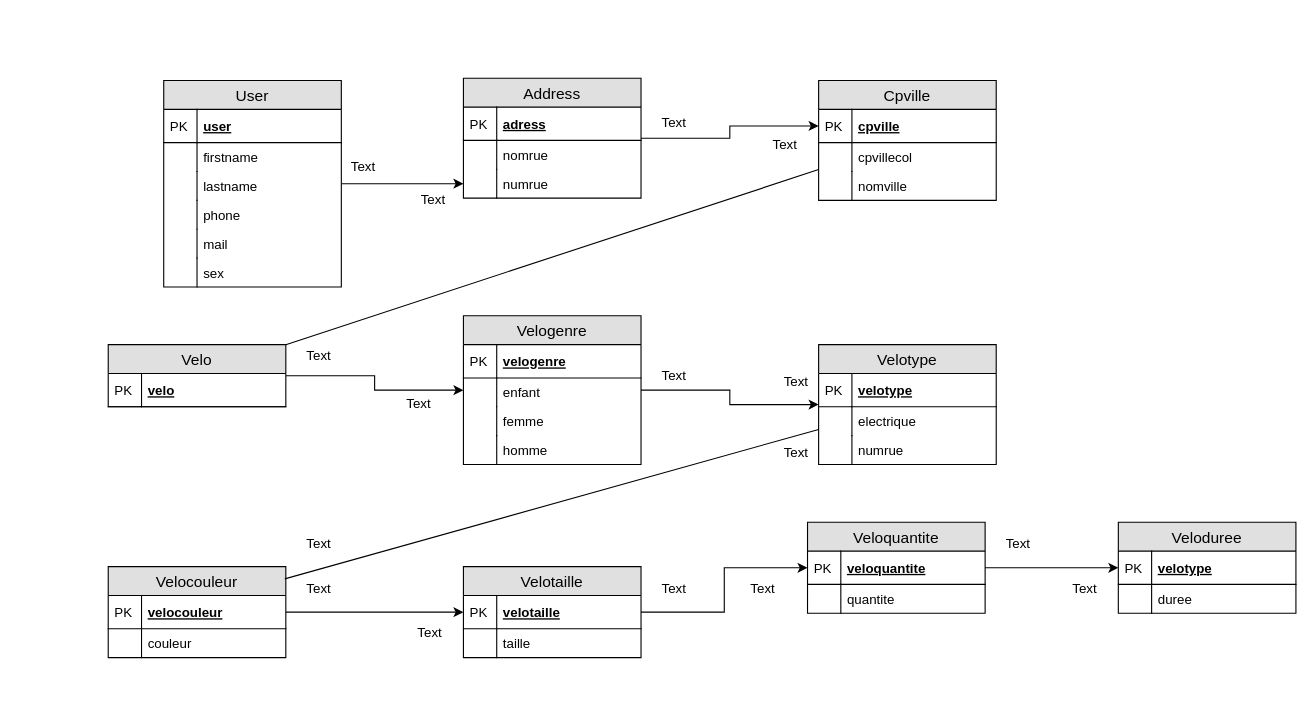
Before: MySQL/Untitled Diagram.drawio in Barrkevin/GithubKevin, a draw.io diagram. Source tidied: cells renumbered, new cells numbered last; positions are measured from the earlier drawing's top-left corner, leaving out a move shared by most shapes. Both pictures are drawn from the tidied source at 111%, with x=0, y=0 at pixel (108, 78).
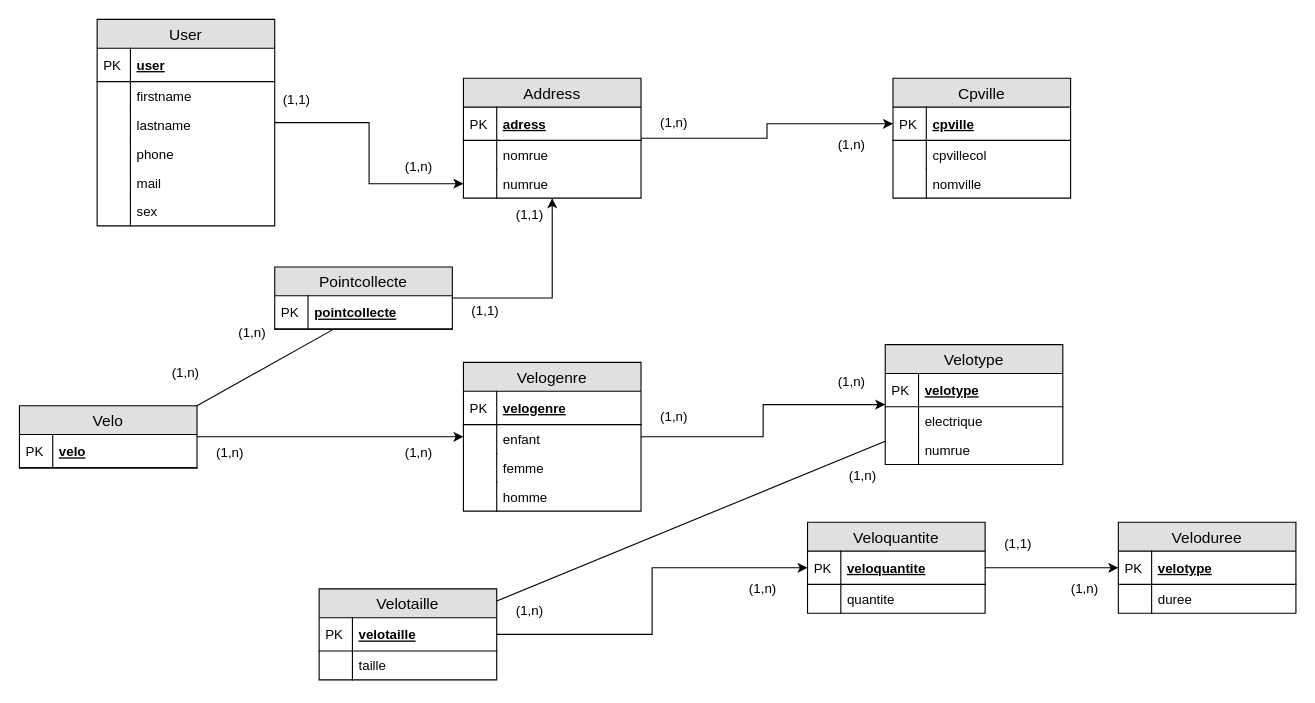
The same page after the edit.

The change refers to these unchanged cells:
```xml
<mxCell id="17" value="Address" style="swimlane;fontStyle=0;horizontal=1;startSize=26;fillColor=#e0e0e0;swimlaneFillColor=#ffffff;align=center;fontSize=14;" parent="1" vertex="1">
  <mxGeometry x="320" width="160" height="108" as="geometry" />
</mxCell>
<mxCell id="63" value="velotaille" style="shape=partialRectangle;top=0;left=0;right=0;bottom=1;align=left;verticalAlign=middle;fillColor=none;spacingLeft=34;spacingRight=4;overflow=hidden;points=[[0,0.5],[1,0.5]];portConstraint=eastwest;fontStyle=5;fontSize=12;" parent="62" vertex="1">
  <mxGeometry y="26" width="160" height="30" as="geometry" />
</mxCell>
```

Change to the diagram source:
```diff
@@
     <mxCell id="3" value="User" style="swimlane;fontStyle=0;horizontal=1;startSize=26;fillColor=#e0e0e0;swimlaneFillColor=#ffffff;align=center;fontSize=14;" parent="1" vertex="1">
-      <mxGeometry x="50" y="2" width="160" height="186" as="geometry" />
+      <mxGeometry x="-10" y="-53" width="160" height="186" as="geometry" />
     </mxCell>
@@
     <mxCell id="24" value="Cpville" style="swimlane;fontStyle=0;horizontal=1;startSize=26;fillColor=#e0e0e0;swimlaneFillColor=#ffffff;align=center;fontSize=14;" parent="1" vertex="1">
-      <mxGeometry x="640" y="2" width="160" height="108" as="geometry" />
+      <mxGeometry x="707" width="160" height="108" as="geometry" />
     </mxCell>
@@
     <mxCell id="32" value="Velo" style="swimlane;fontStyle=0;horizontal=1;startSize=26;fillColor=#e0e0e0;swimlaneFillColor=#ffffff;align=center;fontSize=14;" parent="1" vertex="1">
-      <mxGeometry y="240" width="160" height="56" as="geometry" />
+      <mxGeometry x="-80" y="295" width="160" height="56" as="geometry" />
     </mxCell>
@@
     <mxCell id="36" value="Velogenre" style="swimlane;fontStyle=0;horizontal=1;startSize=26;fillColor=#e0e0e0;swimlaneFillColor=#ffffff;align=center;fontSize=14;" parent="1" vertex="1">
-      <mxGeometry x="320" y="214" width="160" height="134" as="geometry" />
+      <mxGeometry x="320" y="256" width="160" height="134" as="geometry" />
     </mxCell>
@@
     <mxCell id="45" value="Velotype" style="swimlane;fontStyle=0;horizontal=1;startSize=26;fillColor=#e0e0e0;swimlaneFillColor=#ffffff;align=center;fontSize=14;" parent="1" vertex="1">
-      <mxGeometry x="640" y="240" width="160" height="108" as="geometry" />
+      <mxGeometry x="700" y="240" width="160" height="108" as="geometry" />
     </mxCell>
@@
     <mxCell id="62" value="Velotaille" style="swimlane;fontStyle=0;horizontal=1;startSize=26;fillColor=#e0e0e0;swimlaneFillColor=#ffffff;align=center;fontSize=14;" parent="1" vertex="1">
-      <mxGeometry x="320" y="440" width="160" height="82" as="geometry" />
+      <mxGeometry x="190" y="460" width="160" height="82" as="geometry" />
     </mxCell>
@@
-    <mxCell id="67" value="Velocouleur" style="swimlane;fontStyle=0;horizontal=1;startSize=26;fillColor=#e0e0e0;swimlaneFillColor=#ffffff;align=center;fontSize=14;" parent="1" vertex="1">
-      <mxGeometry y="440" width="160" height="82" as="geometry" />
-    </mxCell>
-    <mxCell id="68" value="velocouleur" style="shape=partialRectangle;top=0;left=0;right=0;bottom=1;align=left;verticalAlign=middle;fillColor=none;spacingLeft=34;spacingRight=4;overflow=hidden;points=[[0,0.5],[1,0.5]];portConstraint=eastwest;fontStyle=5;fontSize=12;" parent="67" vertex="1">
-      <mxGeometry y="26" width="160" height="30" as="geometry" />
-    </mxCell>
-    <mxCell id="69" value="PK" style="shape=partialRectangle;top=0;left=0;bottom=0;fillColor=none;align=left;verticalAlign=middle;spacingLeft=4;spacingRight=4;overflow=hidden;fontSize=12;" parent="68" vertex="1">
-      <mxGeometry width="30" height="30" as="geometry" />
-    </mxCell>
-    <mxCell id="70" value="couleur" style="shape=partialRectangle;top=0;left=0;right=0;bottom=0;align=left;verticalAlign=top;fillColor=none;spacingLeft=34;spacingRight=4;overflow=hidden;fontSize=12;" parent="67" vertex="1">
-      <mxGeometry y="56" width="160" height="26" as="geometry" />
-    </mxCell>
-    <mxCell id="71" style="shape=partialRectangle;top=0;left=0;bottom=0;fillColor=none;align=left;verticalAlign=top;spacingLeft=4;spacingRight=4;overflow=hidden;fontSize=12;" parent="70" vertex="1">
-      <mxGeometry width="30" height="26" as="geometry" />
-    </mxCell>
-    <mxCell id="72" style="endArrow=none;html=1;rounded=0;exitX=1;exitY=0;exitDx=0;exitDy=0;" parent="1" edge="1" source="32" target="24">
+    <mxCell id="72" style="endArrow=none;html=1;rounded=0;exitX=1;exitY=0;exitDx=0;exitDy=0;" parent="1" edge="1" source="32" target="96">
       <mxGeometry relative="1" as="geometry" />
     </mxCell>
-    <mxCell id="73" style="endArrow=none;html=1;rounded=0;exitX=0.994;exitY=0.134;exitDx=0;exitDy=0;exitPerimeter=0;" parent="1" edge="1" source="67" target="45">
+    <mxCell id="73" style="endArrow=none;html=1;rounded=0;exitX=1;exitY=0.134;exitDx=0;exitDy=0;exitPerimeter=0;" parent="1" edge="1" source="62" target="45">
       <mxGeometry relative="1" as="geometry" />
     </mxCell>
-    <mxCell id="74" style="edgeStyle=orthogonalEdgeStyle;rounded=0;jettySize=auto;html=1;" parent="1" edge="1" source="68" target="63">
-      <mxGeometry relative="1" as="geometry" />
-    </mxCell>
@@
-    <mxCell id="77" value="Text" style="text;html=1;strokeColor=none;fillColor=none;align=center;verticalAlign=middle;whiteSpace=wrap;rounded=0;" parent="1" vertex="1">
-      <mxGeometry x="210" y="70" width="40" height="20" as="geometry" />
+    <mxCell id="77" value="(1,1)" style="text;html=1;strokeColor=none;fillColor=none;align=center;verticalAlign=middle;whiteSpace=wrap;rounded=0;" parent="1" vertex="1">
+      <mxGeometry x="150" y="10" width="40" height="20" as="geometry" />
     </mxCell>
-    <mxCell id="78" value="Text" style="text;html=1;strokeColor=none;fillColor=none;align=center;verticalAlign=middle;whiteSpace=wrap;rounded=0;" parent="1" vertex="1">
-      <mxGeometry x="273" y="100" width="40" height="20" as="geometry" />
+    <mxCell id="78" value="(1,n)" style="text;html=1;strokeColor=none;fillColor=none;align=center;verticalAlign=middle;whiteSpace=wrap;rounded=0;" parent="1" vertex="1">
+      <mxGeometry x="260" y="70" width="40" height="20" as="geometry" />
     </mxCell>
-    <mxCell id="79" value="Text" style="text;html=1;strokeColor=none;fillColor=none;align=center;verticalAlign=middle;whiteSpace=wrap;rounded=0;" parent="1" vertex="1">
+    <mxCell id="79" value="(1,n)" style="text;html=1;strokeColor=none;fillColor=none;align=center;verticalAlign=middle;whiteSpace=wrap;rounded=0;" parent="1" vertex="1">
       <mxGeometry x="490" y="30" width="40" height="20" as="geometry" />
     </mxCell>
-    <mxCell id="80" value="Text" style="text;html=1;strokeColor=none;fillColor=none;align=center;verticalAlign=middle;whiteSpace=wrap;rounded=0;" parent="1" vertex="1">
-      <mxGeometry x="590" y="50" width="40" height="20" as="geometry" />
+    <mxCell id="80" value="(1,n)" style="text;html=1;strokeColor=none;fillColor=none;align=center;verticalAlign=middle;whiteSpace=wrap;rounded=0;" parent="1" vertex="1">
+      <mxGeometry x="650" y="50" width="40" height="20" as="geometry" />
     </mxCell>
-    <mxCell id="81" value="Text" style="text;html=1;strokeColor=none;fillColor=none;align=center;verticalAlign=middle;whiteSpace=wrap;rounded=0;" parent="1" vertex="1">
-      <mxGeometry x="170" y="240" width="40" height="20" as="geometry" />
-    </mxCell>
-    <mxCell id="82" value="Text" style="text;html=1;strokeColor=none;fillColor=none;align=center;verticalAlign=middle;whiteSpace=wrap;rounded=0;" parent="1" vertex="1">
-      <mxGeometry x="260" y="284" width="40" height="20" as="geometry" />
+    <mxCell id="82" value="(1,n)" style="text;html=1;strokeColor=none;fillColor=none;align=center;verticalAlign=middle;whiteSpace=wrap;rounded=0;" parent="1" vertex="1">
+      <mxGeometry x="260" y="328" width="40" height="20" as="geometry" />
     </mxCell>
-    <mxCell id="83" value="Text" style="text;html=1;strokeColor=none;fillColor=none;align=center;verticalAlign=middle;whiteSpace=wrap;rounded=0;" parent="1" vertex="1">
-      <mxGeometry x="490" y="258" width="40" height="20" as="geometry" />
+    <mxCell id="83" value="(1,n)" style="text;html=1;strokeColor=none;fillColor=none;align=center;verticalAlign=middle;whiteSpace=wrap;rounded=0;" parent="1" vertex="1">
+      <mxGeometry x="490" y="295" width="40" height="20" as="geometry" />
     </mxCell>
-    <mxCell id="84" value="Text" style="text;html=1;strokeColor=none;fillColor=none;align=center;verticalAlign=middle;whiteSpace=wrap;rounded=0;" parent="1" vertex="1">
-      <mxGeometry x="600" y="264" width="40" height="20" as="geometry" />
+    <mxCell id="84" value="(1,n)" style="text;html=1;strokeColor=none;fillColor=none;align=center;verticalAlign=middle;whiteSpace=wrap;rounded=0;" parent="1" vertex="1">
+      <mxGeometry x="650" y="264" width="40" height="20" as="geometry" />
     </mxCell>
-    <mxCell id="85" value="Text" style="text;html=1;strokeColor=none;fillColor=none;align=center;verticalAlign=middle;whiteSpace=wrap;rounded=0;" parent="1" vertex="1">
-      <mxGeometry x="600" y="328" width="40" height="20" as="geometry" />
+    <mxCell id="85" value="(1,n)" style="text;html=1;strokeColor=none;fillColor=none;align=center;verticalAlign=middle;whiteSpace=wrap;rounded=0;" parent="1" vertex="1">
+      <mxGeometry x="660" y="348" width="40" height="20" as="geometry" />
     </mxCell>
-    <mxCell id="86" value="Text" style="text;html=1;strokeColor=none;fillColor=none;align=center;verticalAlign=middle;whiteSpace=wrap;rounded=0;" parent="1" vertex="1">
-      <mxGeometry x="170" y="410" width="40" height="20" as="geometry" />
-    </mxCell>
-    <mxCell id="87" value="Text" style="text;html=1;strokeColor=none;fillColor=none;align=center;verticalAlign=middle;whiteSpace=wrap;rounded=0;" parent="1" vertex="1">
-      <mxGeometry x="170" y="450" width="40" height="20" as="geometry" />
+    <mxCell id="87" value="(1,n)" style="text;html=1;strokeColor=none;fillColor=none;align=center;verticalAlign=middle;whiteSpace=wrap;rounded=0;" parent="1" vertex="1">
+      <mxGeometry x="360" y="470" width="40" height="20" as="geometry" />
     </mxCell>
-    <mxCell id="88" value="Text" style="text;html=1;strokeColor=none;fillColor=none;align=center;verticalAlign=middle;whiteSpace=wrap;rounded=0;" parent="1" vertex="1">
-      <mxGeometry x="270" y="490" width="40" height="20" as="geometry" />
-    </mxCell>
-    <mxCell id="89" value="Text" style="text;html=1;strokeColor=none;fillColor=none;align=center;verticalAlign=middle;whiteSpace=wrap;rounded=0;" parent="1" vertex="1">
-      <mxGeometry x="490" y="450" width="40" height="20" as="geometry" />
-    </mxCell>
-    <mxCell id="90" value="Text" style="text;html=1;strokeColor=none;fillColor=none;align=center;verticalAlign=middle;whiteSpace=wrap;rounded=0;" parent="1" vertex="1">
+    <mxCell id="90" value="(1,n)" style="text;html=1;strokeColor=none;fillColor=none;align=center;verticalAlign=middle;whiteSpace=wrap;rounded=0;" parent="1" vertex="1">
       <mxGeometry x="570" y="450" width="40" height="20" as="geometry" />
     </mxCell>
-    <mxCell id="91" value="Text" style="text;html=1;strokeColor=none;fillColor=none;align=center;verticalAlign=middle;whiteSpace=wrap;rounded=0;" parent="1" vertex="1">
+    <mxCell id="91" value="(1,1)" style="text;html=1;strokeColor=none;fillColor=none;align=center;verticalAlign=middle;whiteSpace=wrap;rounded=0;" parent="1" vertex="1">
       <mxGeometry x="800" y="410" width="40" height="20" as="geometry" />
     </mxCell>
-    <mxCell id="92" value="Text" style="text;html=1;strokeColor=none;fillColor=none;align=center;verticalAlign=middle;whiteSpace=wrap;rounded=0;" parent="1" vertex="1">
+    <mxCell id="92" value="(1,n)" style="text;html=1;strokeColor=none;fillColor=none;align=center;verticalAlign=middle;whiteSpace=wrap;rounded=0;" parent="1" vertex="1">
       <mxGeometry x="860" y="450" width="40" height="20" as="geometry" />
     </mxCell>
+    <mxCell id="93" value="(1,n)" style="text;html=1;strokeColor=none;fillColor=none;align=center;verticalAlign=middle;whiteSpace=wrap;rounded=0;" parent="1" vertex="1">
+      <mxGeometry x="90" y="328" width="40" height="20" as="geometry" />
+    </mxCell>
+    <mxCell id="94" style="edgeStyle=orthogonalEdgeStyle;rounded=0;jettySize=auto;html=1;" parent="1" edge="1" source="95" target="17">
+      <mxGeometry relative="1" as="geometry" />
+    </mxCell>
+    <mxCell id="95" value="Pointcollecte" style="swimlane;fontStyle=0;horizontal=1;startSize=26;fillColor=#e0e0e0;swimlaneFillColor=#ffffff;align=center;fontSize=14;" parent="1" vertex="1">
+      <mxGeometry x="150" y="170" width="160" height="56" as="geometry" />
+    </mxCell>
+    <mxCell id="96" value="pointcollecte" style="shape=partialRectangle;top=0;left=0;right=0;bottom=1;align=left;verticalAlign=middle;fillColor=none;spacingLeft=34;spacingRight=4;overflow=hidden;points=[[0,0.5],[1,0.5]];portConstraint=eastwest;fontStyle=5;fontSize=12;" parent="95" vertex="1">
+      <mxGeometry y="26" width="160" height="30" as="geometry" />
+    </mxCell>
+    <mxCell id="69" value="PK" style="shape=partialRectangle;top=0;left=0;bottom=0;fillColor=none;align=left;verticalAlign=middle;spacingLeft=4;spacingRight=4;overflow=hidden;fontSize=12;" parent="96" vertex="1">
+      <mxGeometry width="30" height="30" as="geometry" />
+    </mxCell>
+    <mxCell id="97" value="(1,1)" style="text;html=1;strokeColor=none;fillColor=none;align=center;verticalAlign=middle;whiteSpace=wrap;rounded=0;" parent="1" vertex="1">
+      <mxGeometry x="360" y="113" width="40" height="20" as="geometry" />
+    </mxCell>
+    <mxCell id="98" value="(1,1)" style="text;html=1;strokeColor=none;fillColor=none;align=center;verticalAlign=middle;whiteSpace=wrap;rounded=0;" parent="1" vertex="1">
+      <mxGeometry x="320" y="200" width="40" height="20" as="geometry" />
+    </mxCell>
+    <mxCell id="99" value="(1,n)" style="text;html=1;strokeColor=none;fillColor=none;align=center;verticalAlign=middle;whiteSpace=wrap;rounded=0;" parent="1" vertex="1">
+      <mxGeometry x="110" y="220" width="40" height="20" as="geometry" />
+    </mxCell>
+    <mxCell id="100" value="(1,n)" style="text;html=1;strokeColor=none;fillColor=none;align=center;verticalAlign=middle;whiteSpace=wrap;rounded=0;" parent="1" vertex="1">
+      <mxGeometry x="50" y="256" width="40" height="20" as="geometry" />
+    </mxCell>
```
